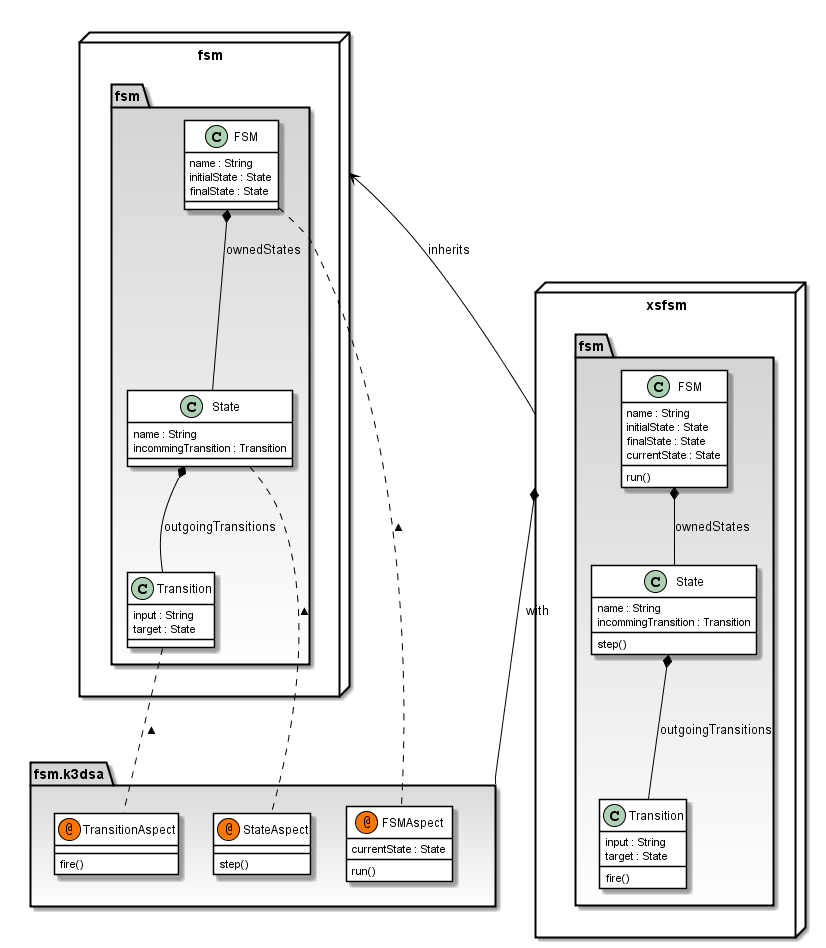
gemoc/gemoc-studio-old keeps this PlantUML diagram as official_samples/sample.deployers/plugins/org.gemoc.gemoc_language_workbench.sample.deployer/figures-gen/src/main/plantuml/LegacyFSM_language_figure.png. Above is the earlier version.
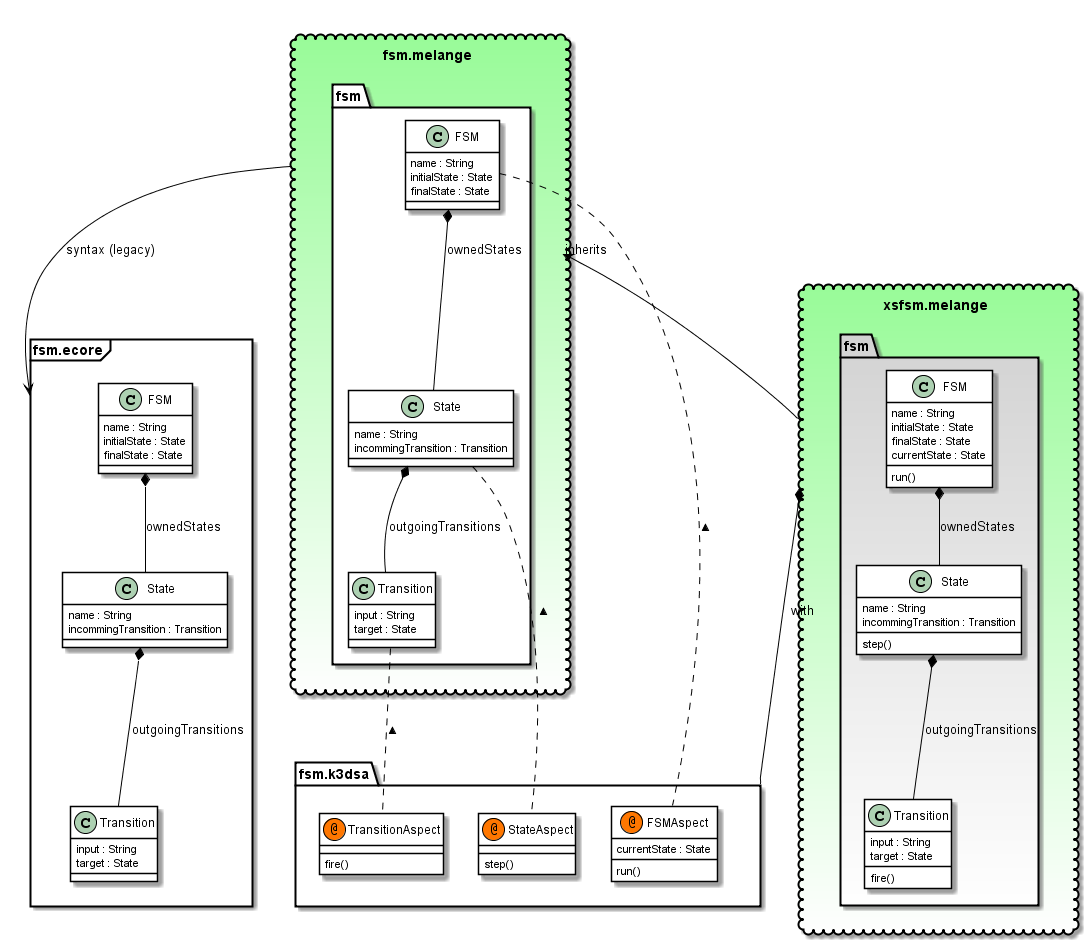
Later version of the same file.

Commit message:
improved documentation figures for LegacyFSM

Diff of the diagram source:
```diff
@@ -6,8 +6,26 @@
 	BorderColor Black
 }
 
-namespace fsm <<Node>> {
-	namespace fsm #LightGray-white {
+namespace fsm.ecore <<Frame>>  {
+  class FSM {
+    name : String
+    initialState : State
+    finalState : State
+  }
+  class State{
+    name : String
+    incommingTransition : Transition
+  }
+	class Transition{
+		input : String
+		target : State
+	}
+	FSM *-- State : ownedStates
+	State *-- Transition : outgoingTransitions
+}
+
+namespace fsm.melange <<Cloud>> #PaleGreen-white {
+	namespace fsm  #white {
 	  class FSM {
 	    name : String
 	    initialState : State
@@ -26,7 +44,7 @@
 	}
 }
 
-namespace fsm.k3dsa  #LightGray-white {
+namespace fsm.k3dsa   {
     class FSMAspect << (@,#FF7700) Aspect >>{
 	    currentState : State
 	    run()
@@ -39,11 +57,11 @@
 	}
 }
 
-fsm.fsm.FSM .. fsm.k3dsa.FSMAspect  : <
-fsm.fsm.State .. fsm.k3dsa.StateAspect  : <
-fsm.fsm.Transition .. fsm.k3dsa.TransitionAspect  : <
+fsm.melange.fsm.FSM .. fsm.k3dsa.FSMAspect  : <
+fsm.melange.fsm.State .. fsm.k3dsa.StateAspect  : <
+fsm.melange.fsm.Transition .. fsm.k3dsa.TransitionAspect  : <
 
-namespace xsfsm <<Node>> {
+namespace xsfsm.melange <<Cloud>> #PaleGreen-white {
 	namespace fsm  #LightGray-white {
 	  class FSM {
 	    name : String
@@ -67,6 +85,7 @@
 	}
 }
 
-fsm <-- xsfsm : inherits
-xsfsm *-- fsm.k3dsa : with
+fsm.melange --> fsm.ecore : syntax (legacy)
+fsm.melange <-- xsfsm.melange : inherits
+xsfsm.melange *-- fsm.k3dsa : with
 @enduml
```
